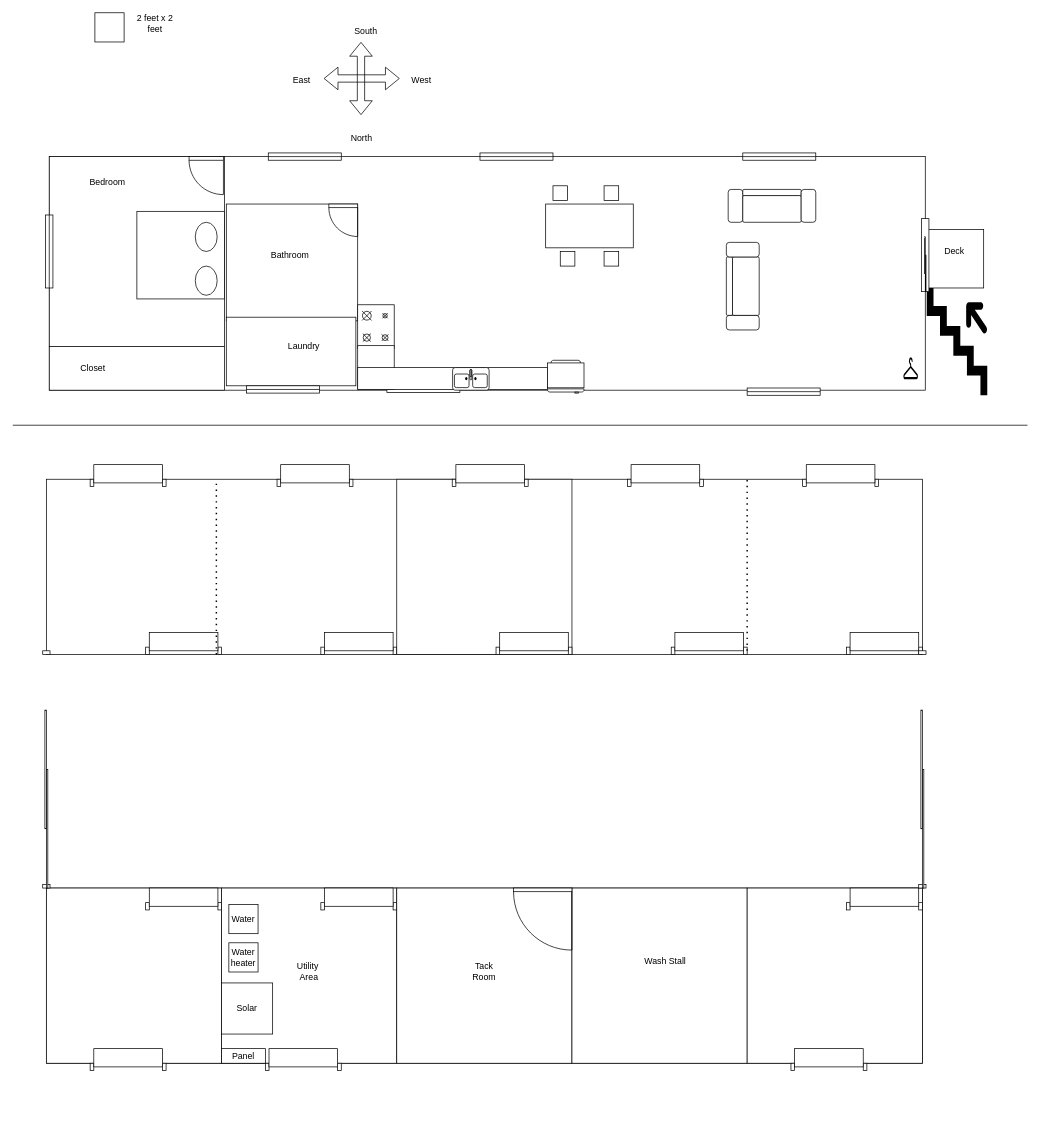
The draw.io diagram barn.drawio in dangol/barn, before the edit. Source tidied: cells renumbered, new cells numbered last; positions are measured from the earlier drawing's top-left corner, leaving out a move shared by most shapes. Both pictures are drawn from the tidied source at 73%, with x=0, y=0 at pixel (-72, 12).
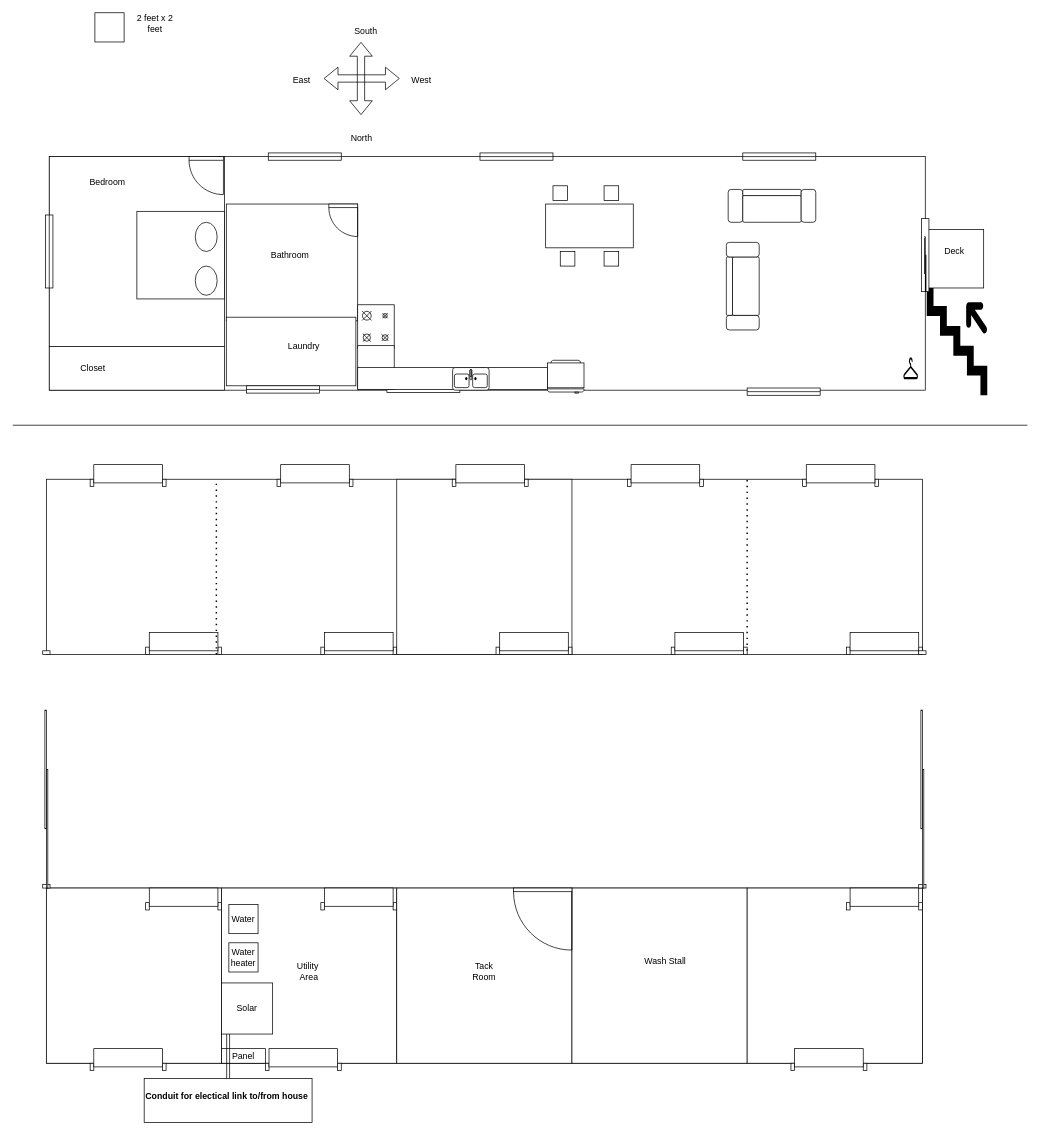
The same page after the edit.

Diff of the diagram source:
```diff
@@
+    <mxCell id="85" style="shape=link;html=1;rounded=0;exitX=0.131;exitY=1;exitDx=0;exitDy=0;exitPerimeter=0;" parent="1" edge="1" target="86">
+      <mxGeometry relative="1" as="geometry">
+        <mxPoint x="411" y="1399" as="sourcePoint" />
+      </mxGeometry>
+    </mxCell>
+    <mxCell id="86" value="&lt;h1 style=&quot;margin-top: 0px;&quot;&gt;&lt;font style=&quot;font-size: 12px;&quot;&gt;Conduit for electical link to/from house&lt;/font&gt;&lt;/h1&gt;" style="text;html=1;whiteSpace=wrap;overflow=hidden;rounded=0;strokeColor=default;" parent="1" vertex="1">
+      <mxGeometry x="296" y="1460" width="230" height="60" as="geometry" />
+    </mxCell>
```
